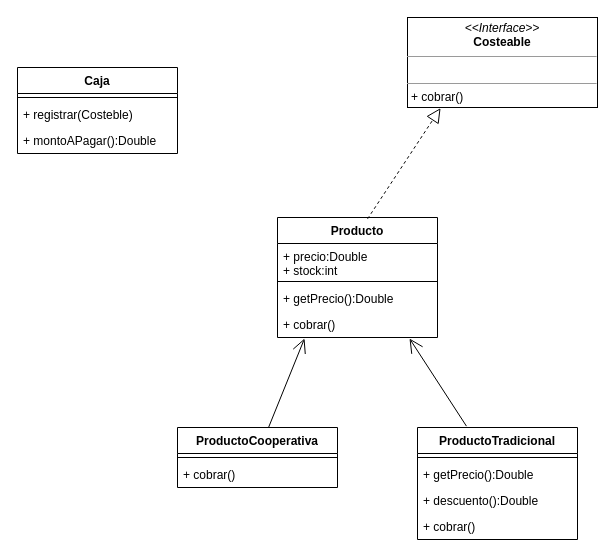
This is unq-po2-tp5-mercadoCentral.drawio from nhubczyk/Diagramas-UML, a draw.io file, before an edit. Source tidied: cells renumbered, new cells numbered last; positions are measured from the earlier drawing's top-left corner, leaving out a move shared by most shapes. Both pictures are drawn from the tidied source at 100%, with x=0, y=0 at pixel (17, 17).
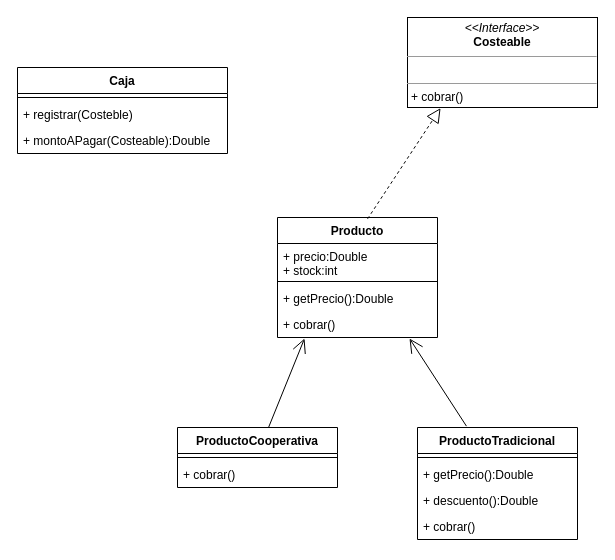
The same page after the edit.

Diff of the diagram source:
```diff
@@
     <mxCell id="18" value="Caja" style="swimlane;fontStyle=1;align=center;verticalAlign=top;horizontal=1;startSize=26;" parent="1" vertex="1">
-      <mxGeometry y="50" width="160" height="86" as="geometry" />
+      <mxGeometry y="50" width="210" height="86" as="geometry" />
     </mxCell>
     <mxCell id="19" style="line;strokeWidth=1;fillColor=none;align=left;verticalAlign=middle;spacingTop=-1;spacingLeft=3;spacingRight=3;labelPosition=right;strokeColor=inherit;" parent="18" vertex="1">
-      <mxGeometry y="26" width="160" height="8" as="geometry" />
+      <mxGeometry y="26" width="210" height="8" as="geometry" />
     </mxCell>
     <mxCell id="20" value="+ registrar(Costeble)" style="text;strokeColor=none;fillColor=none;align=left;verticalAlign=top;spacingLeft=4;spacingRight=4;overflow=hidden;" parent="18" vertex="1">
-      <mxGeometry y="34" width="160" height="26" as="geometry" />
+      <mxGeometry y="34" width="210" height="26" as="geometry" />
     </mxCell>
-    <mxCell id="21" value="+ montoAPagar():Double" style="text;strokeColor=none;fillColor=none;align=left;verticalAlign=top;spacingLeft=4;spacingRight=4;overflow=hidden;" parent="18" vertex="1">
-      <mxGeometry y="60" width="160" height="26" as="geometry" />
+    <mxCell id="21" value="+ montoAPagar(Costeable):Double" style="text;strokeColor=none;fillColor=none;align=left;verticalAlign=top;spacingLeft=4;spacingRight=4;overflow=hidden;" parent="18" vertex="1">
+      <mxGeometry y="60" width="210" height="26" as="geometry" />
     </mxCell>
```
